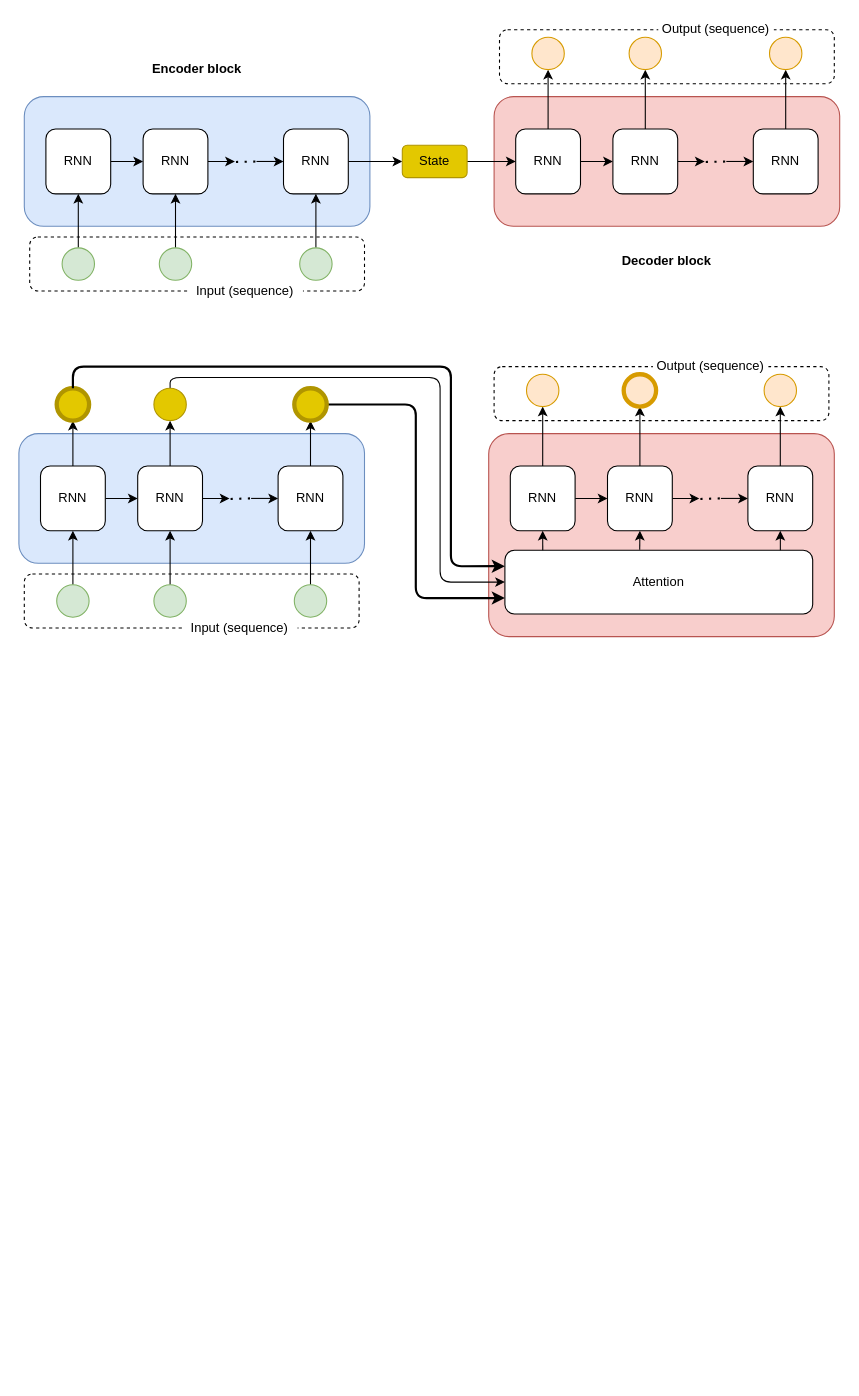
Above: page "Page-1" (1 of 2) of gpt.drawio in kaushikdas/drawings (draw.io), before the change. Source tidied: cells renumbered, new cells numbered last; positions are measured from the earlier drawing's top-left corner, leaving out a move shared by most shapes. Both pictures are drawn from the tidied source at 108%, with x=0, y=0 at pixel (18, 18).
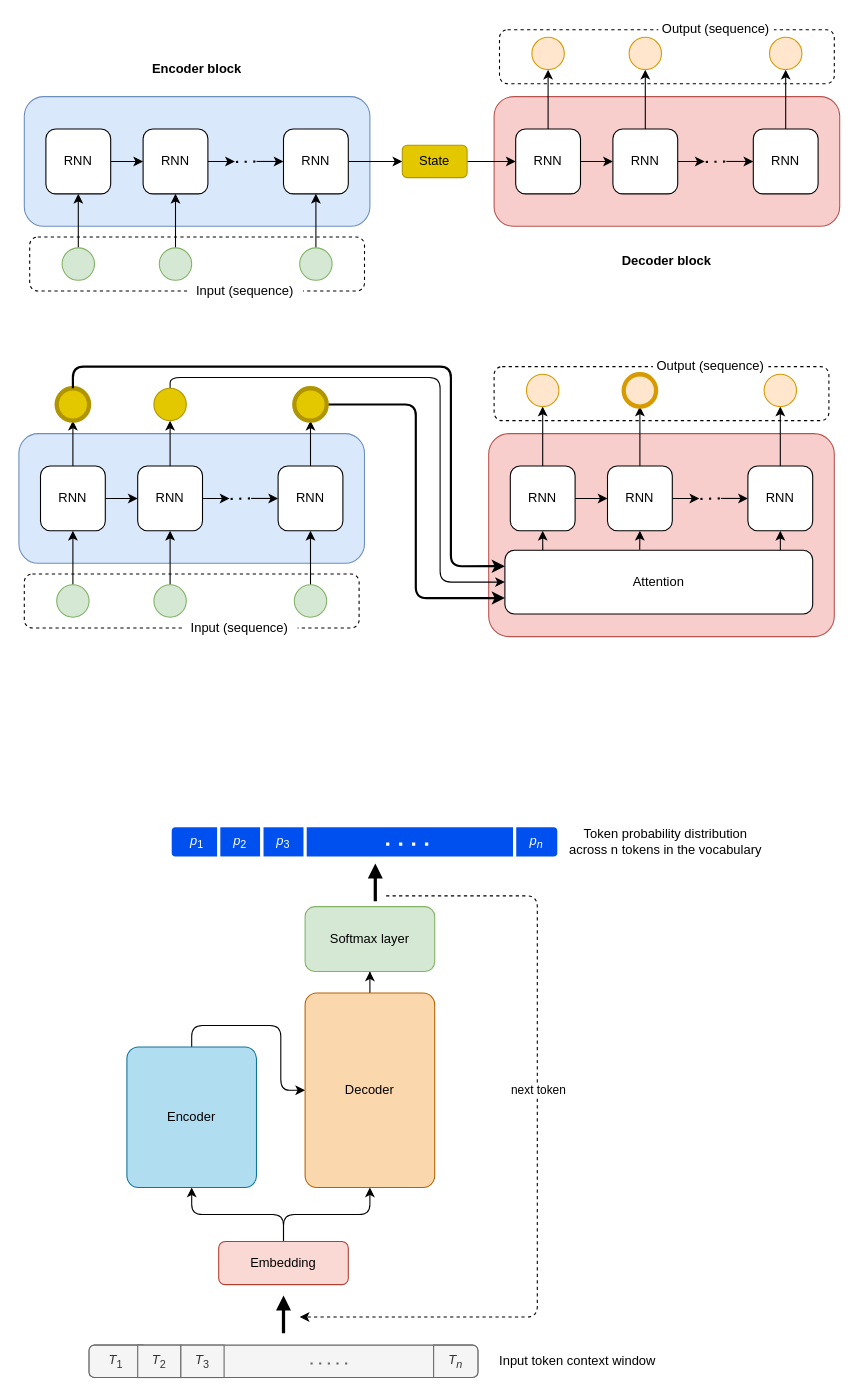
The same page after the edit.

Change to the diagram source:
```diff
@@
+    <mxCell id="86" style="edgeStyle=orthogonalEdgeStyle;rounded=1;jettySize=auto;html=1;exitX=0.5;exitY=0;exitDx=0;exitDy=0;curved=0;" parent="1" edge="1" source="87" target="89">
+      <mxGeometry relative="1" as="geometry" />
+    </mxCell>
+    <mxCell id="87" value="Encoder" style="rounded=1;whiteSpace=wrap;html=1;fillColor=#b1ddf0;strokeColor=#10739e;arcSize=9;" parent="1" vertex="1">
+      <mxGeometry x="100" y="952" width="120" height="130" as="geometry" />
+    </mxCell>
+    <mxCell id="88" style="edgeStyle=orthogonalEdgeStyle;rounded=0;jettySize=auto;html=1;entryX=0.5;entryY=1;entryDx=0;entryDy=0;" parent="1" edge="1" source="89" target="93">
+      <mxGeometry relative="1" as="geometry" />
+    </mxCell>
+    <mxCell id="89" value="Decoder" style="rounded=1;whiteSpace=wrap;html=1;fillColor=#fad7ac;strokeColor=#b46504;arcSize=9;" parent="1" vertex="1">
+      <mxGeometry x="265" y="902" width="120" height="180" as="geometry" />
+    </mxCell>
+    <mxCell id="90" style="edgeStyle=orthogonalEdgeStyle;rounded=1;jettySize=auto;html=1;entryX=0.5;entryY=1;entryDx=0;entryDy=0;curved=0;" parent="1" edge="1" source="92" target="87">
+      <mxGeometry relative="1" as="geometry" />
+    </mxCell>
+    <mxCell id="91" style="edgeStyle=orthogonalEdgeStyle;rounded=1;jettySize=auto;html=1;curved=0;" parent="1" edge="1" source="92" target="89">
+      <mxGeometry relative="1" as="geometry" />
+    </mxCell>
+    <mxCell id="92" value="Embedding" style="rounded=1;whiteSpace=wrap;html=1;fillColor=#fad9d5;strokeColor=#ae4132;" parent="1" vertex="1">
+      <mxGeometry x="185" y="1132" width="120" height="40" as="geometry" />
+    </mxCell>
+    <mxCell id="93" value="Softmax layer" style="rounded=1;whiteSpace=wrap;html=1;fillColor=#d5e8d4;strokeColor=#82b366;" parent="1" vertex="1">
+      <mxGeometry x="265" y="822" width="120" height="60" as="geometry" />
+    </mxCell>
+    <mxCell id="94" style="html=1;shadow=0;dashed=0;shape=mxgraph.bootstrap.rrect;rSize=5;strokeColor=#666666;html=1;whiteSpace=wrap;fillColor=#f5f5f5;fontColor=#333333;" parent="1" vertex="1">
+      <mxGeometry x="65" y="1228" width="360" height="30" as="geometry" />
+    </mxCell>
+    <mxCell id="95" value="&lt;i&gt;T&lt;/i&gt;&lt;sub&gt;1&lt;/sub&gt;" style="strokeColor=#666666;fillColor=#f5f5f5;fontColor=#333333;html=1;shadow=0;dashed=0;shape=mxgraph.bootstrap.leftButton;rSize=5;perimeter=none;whiteSpace=wrap;" parent="94" vertex="1">
+      <mxGeometry width="50" height="30" relative="1" as="geometry" />
+    </mxCell>
+    <mxCell id="96" value="&lt;i&gt;T&lt;/i&gt;&lt;sub&gt;2&lt;/sub&gt;" style="strokeColor=#666666;fillColor=#f5f5f5;fontColor=#333333;html=1;shadow=0;dashed=0;perimeter=none;whiteSpace=wrap;" parent="94" vertex="1">
+      <mxGeometry width="40" height="30" relative="1" as="geometry">
+        <mxPoint x="45" as="offset" />
+      </mxGeometry>
+    </mxCell>
+    <mxCell id="97" value="&lt;i&gt;T&lt;sub&gt;n&lt;/sub&gt;&lt;/i&gt;" style="strokeColor=#666666;fillColor=#f5f5f5;fontColor=#333333;html=1;shadow=0;dashed=0;shape=mxgraph.bootstrap.rightButton;rSize=5;perimeter=none;whiteSpace=wrap;" parent="94" vertex="1">
+      <mxGeometry x="1" width="41" height="30" relative="1" as="geometry">
+        <mxPoint x="-41" as="offset" />
+      </mxGeometry>
+    </mxCell>
+    <mxCell id="98" value="&lt;i&gt;T&lt;/i&gt;&lt;sub&gt;3&lt;/sub&gt;" style="strokeColor=#666666;fillColor=#f5f5f5;fontColor=#333333;html=1;shadow=0;dashed=0;perimeter=none;whiteSpace=wrap;" parent="94" vertex="1">
+      <mxGeometry width="40" height="30" relative="1" as="geometry">
+        <mxPoint x="85" as="offset" />
+      </mxGeometry>
+    </mxCell>
+    <mxCell id="99" style="endArrow=none;dashed=1;html=1;dashPattern=1 3;strokeWidth=2;rounded=0;fillColor=#f5f5f5;strokeColor=#666666;" parent="94" edge="1">
+      <mxGeometry relative="1" as="geometry">
+        <mxPoint x="239" y="17" as="sourcePoint" />
+        <mxPoint x="199" y="17" as="targetPoint" />
+      </mxGeometry>
+    </mxCell>
+    <mxCell id="100" style="html=1;shadow=0;dashed=0;shape=mxgraph.bootstrap.rrect;rSize=5;strokeColor=#FFFFFF;html=1;whiteSpace=wrap;fillColor=#0050ef;fontColor=#ffffff;strokeWidth=3;" parent="1" vertex="1">
+      <mxGeometry x="140" y="747" width="360" height="30" as="geometry" />
+    </mxCell>
+    <mxCell id="101" value="&lt;i&gt;p&lt;/i&gt;&lt;sub&gt;1&lt;/sub&gt;" style="strokeColor=#FFFFFF;fillColor=#0050ef;html=1;shadow=0;dashed=0;shape=mxgraph.bootstrap.leftButton;rSize=5;perimeter=none;whiteSpace=wrap;fontColor=#ffffff;strokeWidth=3;" parent="100" vertex="1">
+      <mxGeometry width="50" height="30" relative="1" as="geometry" />
+    </mxCell>
+    <mxCell id="102" value="&lt;i&gt;p&lt;/i&gt;&lt;sub&gt;2&lt;/sub&gt;" style="strokeColor=#FFFFFF;fillColor=#0050ef;html=1;shadow=0;dashed=0;perimeter=none;whiteSpace=wrap;fontColor=#ffffff;strokeWidth=3;" parent="100" vertex="1">
+      <mxGeometry width="40" height="30" relative="1" as="geometry">
+        <mxPoint x="45" as="offset" />
+      </mxGeometry>
+    </mxCell>
+    <mxCell id="103" value="&lt;i&gt;p&lt;/i&gt;&lt;sub&gt;&lt;i&gt;n&lt;/i&gt;&lt;/sub&gt;" style="strokeColor=#FFFFFF;fillColor=#0050ef;html=1;shadow=0;dashed=0;shape=mxgraph.bootstrap.rightButton;rSize=5;perimeter=none;whiteSpace=wrap;fontColor=#ffffff;strokeWidth=3;" parent="100" vertex="1">
+      <mxGeometry x="1" width="41" height="30" relative="1" as="geometry">
+        <mxPoint x="-41" as="offset" />
+      </mxGeometry>
+    </mxCell>
+    <mxCell id="104" value="&lt;i&gt;p&lt;/i&gt;&lt;sub&gt;3&lt;/sub&gt;" style="strokeColor=#FFFFFF;fillColor=#0050ef;html=1;shadow=0;dashed=0;perimeter=none;whiteSpace=wrap;fontColor=#ffffff;strokeWidth=3;" parent="100" vertex="1">
+      <mxGeometry width="40" height="30" relative="1" as="geometry">
+        <mxPoint x="85" as="offset" />
+      </mxGeometry>
+    </mxCell>
+    <mxCell id="105" style="endArrow=none;dashed=1;html=1;dashPattern=1 3;strokeWidth=3;rounded=0;fillColor=#0050ef;strokeColor=#FFFFFF;" parent="100" edge="1">
+      <mxGeometry relative="1" as="geometry">
+        <mxPoint x="239" y="17" as="sourcePoint" />
+        <mxPoint x="199" y="17" as="targetPoint" />
+      </mxGeometry>
+    </mxCell>
+    <mxCell id="106" style="endArrow=block;html=1;rounded=0;entryX=0.5;entryY=1;entryDx=0;entryDy=0;strokeWidth=3;endFill=1;" parent="1" edge="1">
+      <mxGeometry relative="1" as="geometry">
+        <mxPoint x="245" y="1217" as="sourcePoint" />
+        <mxPoint x="245" y="1182" as="targetPoint" />
+      </mxGeometry>
+    </mxCell>
+    <mxCell id="107" style="endArrow=block;html=1;rounded=0;entryX=0.5;entryY=1;entryDx=0;entryDy=0;strokeWidth=3;endFill=1;" parent="1" edge="1">
+      <mxGeometry relative="1" as="geometry">
+        <mxPoint x="330" y="817" as="sourcePoint" />
+        <mxPoint x="330" y="782" as="targetPoint" />
+      </mxGeometry>
+    </mxCell>
+    <mxCell id="108" value="Input token context window" style="text;html=1;strokeColor=none;fillColor=none;align=center;verticalAlign=middle;whiteSpace=wrap;rounded=0;" parent="1" vertex="1">
+      <mxGeometry x="425" y="1228" width="185" height="30" as="geometry" />
+    </mxCell>
+    <mxCell id="109" value="Token probability distribution across n tokens in the vocabulary" style="text;html=1;strokeColor=none;fillColor=none;align=center;verticalAlign=middle;whiteSpace=wrap;rounded=0;" parent="1" vertex="1">
+      <mxGeometry x="504" y="747" width="190" height="30" as="geometry" />
+    </mxCell>
+    <mxCell id="110" style="endArrow=classic;html=1;rounded=1;curved=0;dashed=1;" parent="1" edge="1">
+      <mxGeometry relative="1" as="geometry">
+        <mxPoint x="340" y="812" as="sourcePoint" />
+        <mxPoint x="260" y="1202" as="targetPoint" />
+        <Array as="points">
+          <mxPoint x="480" y="812" />
+          <mxPoint x="480" y="1202" />
+        </Array>
+      </mxGeometry>
+    </mxCell>
+    <mxCell id="111" value="next token" style="edgeLabel;html=1;align=center;verticalAlign=middle;" parent="110" vertex="1">
+      <mxGeometry x="-0.15" relative="1" as="geometry" />
+    </mxCell>
```
